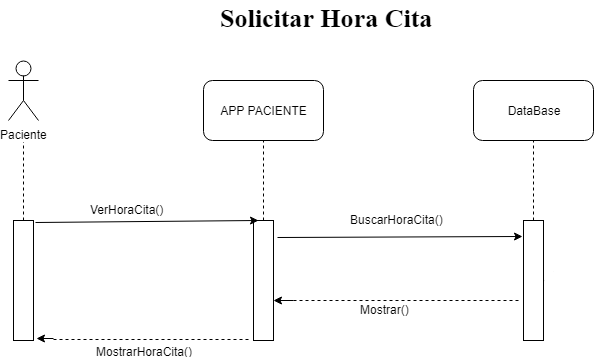
Earlier version of the draw.io export Diagramas de secuencias/Diagrama de Secuencia Solicitar Hora Cita.png (DanSotoC/G4HD). Source tidied: cells renumbered, new cells last; positions are measured from the earlier drawing's top-left corner, leaving out a move shared by most shapes.
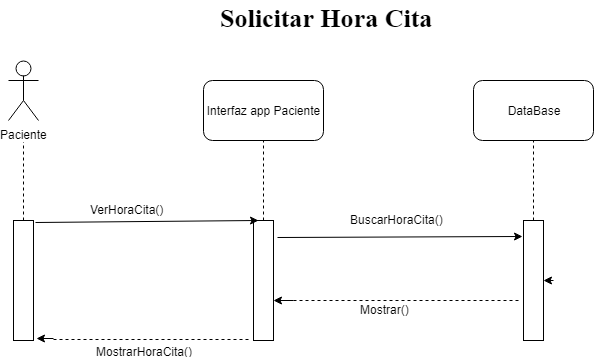
The same diagram one commit later.

The edit, as a diff of the source:
```diff
@@ -7,7 +7,7 @@
         <mxPoint x="15" y="130" as="targetPoint" />
       </mxGeometry>
     </mxCell>
-    <mxCell id="3" value="APP PACIENTE&lt;br&gt;" style="rounded=1;whiteSpace=wrap;html=1;" parent="1" vertex="1">
+    <mxCell id="3" value="&lt;span&gt;Interfaz app Paciente&lt;/span&gt;&lt;br&gt;" style="rounded=1;whiteSpace=wrap;html=1;" parent="1" vertex="1">
       <mxGeometry x="195" y="80" width="120" height="60" as="geometry" />
     </mxCell>
     <mxCell id="4" style="endArrow=none;dashed=1;html=1;entryX=0.5;entryY=1;entryDx=0;entryDy=0;" parent="1" edge="1" source="10" target="3">
```
